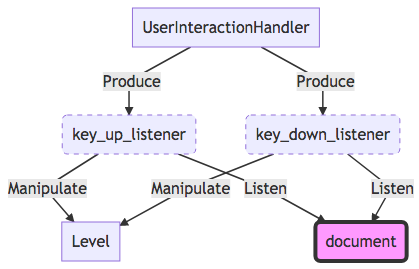
Above: doc/user_interaction_diagram.png in qdx/butterfly (Mermaid), before the change. Its source is kept beside it as doc/user_interaction_diagram.mmd. Its diagram source:
```mermaid
graph TD
A[UserInteractionHandler] -->|Produce| B(key_up_listener)
A -->|Produce| C(key_down_listener)
B -->|Manipulate| D[Level]
C -->|Manipulate| D[Level]
B -->|Listen| E(document)
C -->|Listen| E
style E fill:#f9f,stroke:#333,stroke-width:4px
style B stroke-dasharray: 5, 5;
style C stroke-dasharray: 5, 5;
```
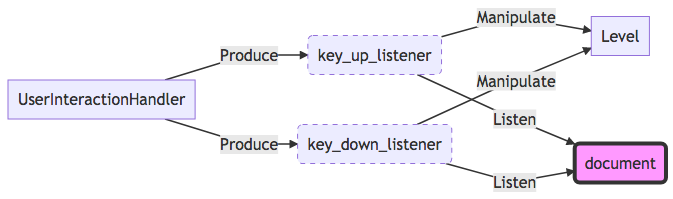
The same file after the commit.

Commit message:
Add rendering flow diagram

Change to the diagram source:
```diff
@@ -1,4 +1,4 @@
-graph TD
+graph LR
 A[UserInteractionHandler] -->|Produce| B(key_up_listener)
 A -->|Produce| C(key_down_listener)
 B -->|Manipulate| D[Level]
```
